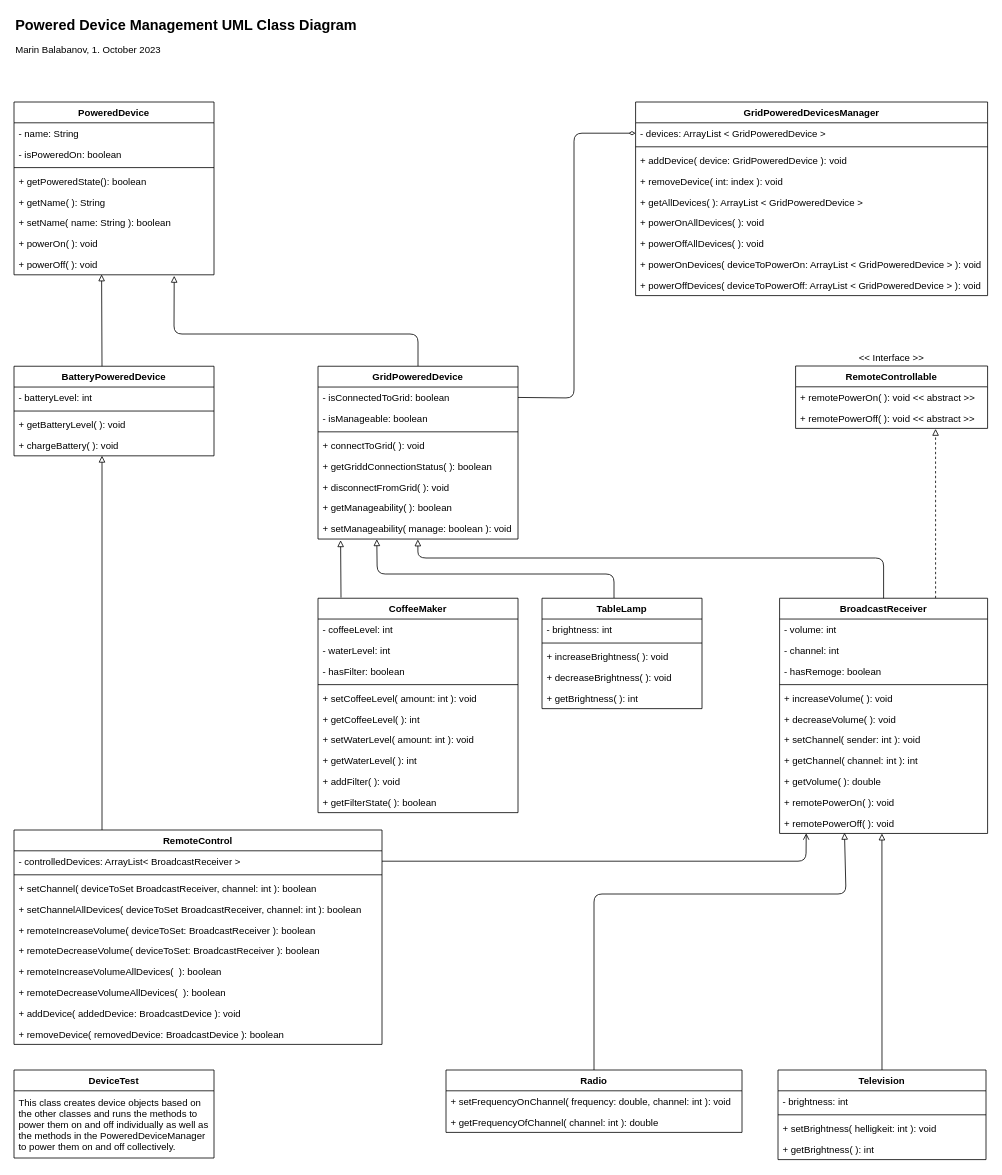
The draw.io diagram DevicesUML.drawio in mbalabanov/Devices, before the edit. Source tidied: cells renumbered, new cells numbered last; positions are measured from the earlier drawing's top-left corner, leaving out a move shared by most shapes. Both pictures are drawn from the tidied source at 80%, with x=0, y=0 at pixel (14, 14).
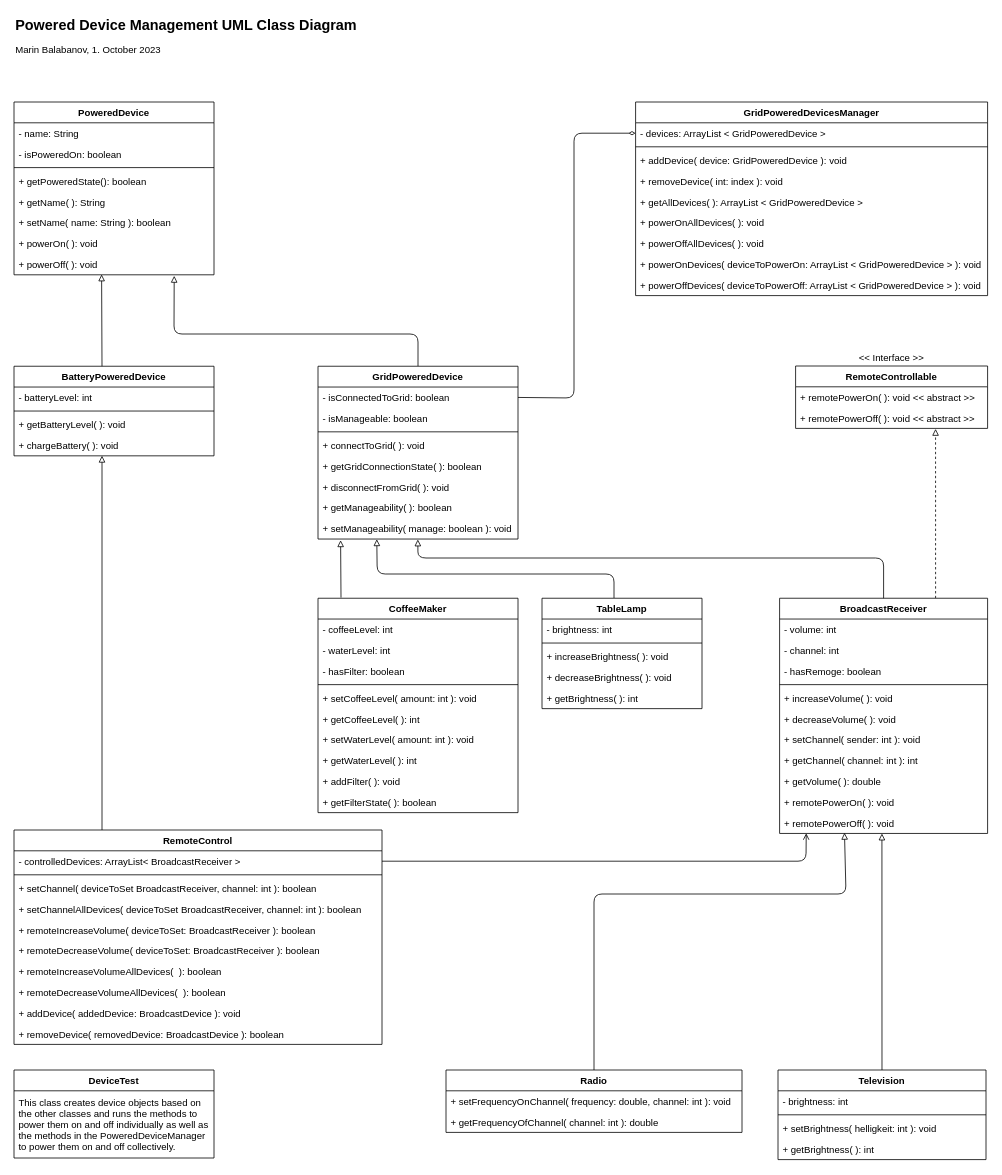
The same diagram, later.

Commit message (it also covers changes not shown here):
Corrects diagram

The change refers to these unchanged cells:
```xml
<mxCell id="3" value="GridPoweredDevice" style="swimlane;fontStyle=1;align=center;verticalAlign=top;horizontal=1;startSize=26;" parent="1" vertex="1">
  <mxGeometry x="380" y="440.3" width="250" height="216" as="geometry" />
</mxCell>
```

Diff of the diagram source:
```diff
@@
-    <mxCell id="8" value="+ getGriddConnectionStatus( ): boolean" style="text;strokeColor=none;fillColor=none;align=left;verticalAlign=top;spacingLeft=4;spacingRight=4;overflow=hidden;" parent="3" vertex="1">
+    <mxCell id="8" value="+ getGridConnectionState( ): boolean" style="text;strokeColor=none;fillColor=none;align=left;verticalAlign=top;spacingLeft=4;spacingRight=4;overflow=hidden;" parent="3" vertex="1">
       <mxGeometry y="112" width="250" height="26" as="geometry" />
     </mxCell>
```
